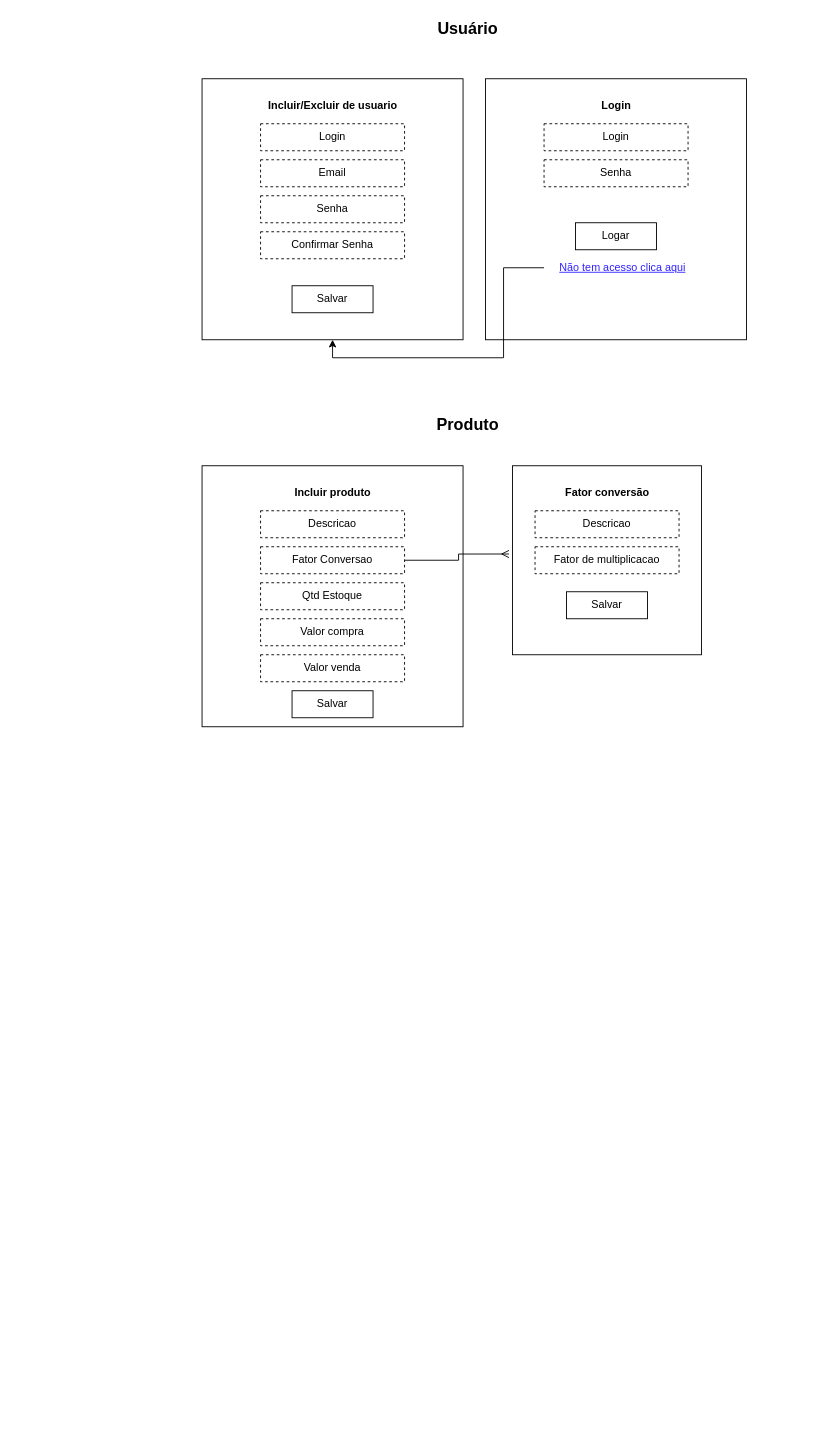
Earlier version of the draw.io diagram Untitled Diagram.drawio (lucasborinato/nodejs). Source tidied: cells renumbered, new cells numbered last; positions are measured from the earlier drawing's top-left corner, leaving out a move shared by most shapes. Both pictures are drawn from the tidied source at 90%, with x=0, y=0 at pixel (202, 15).
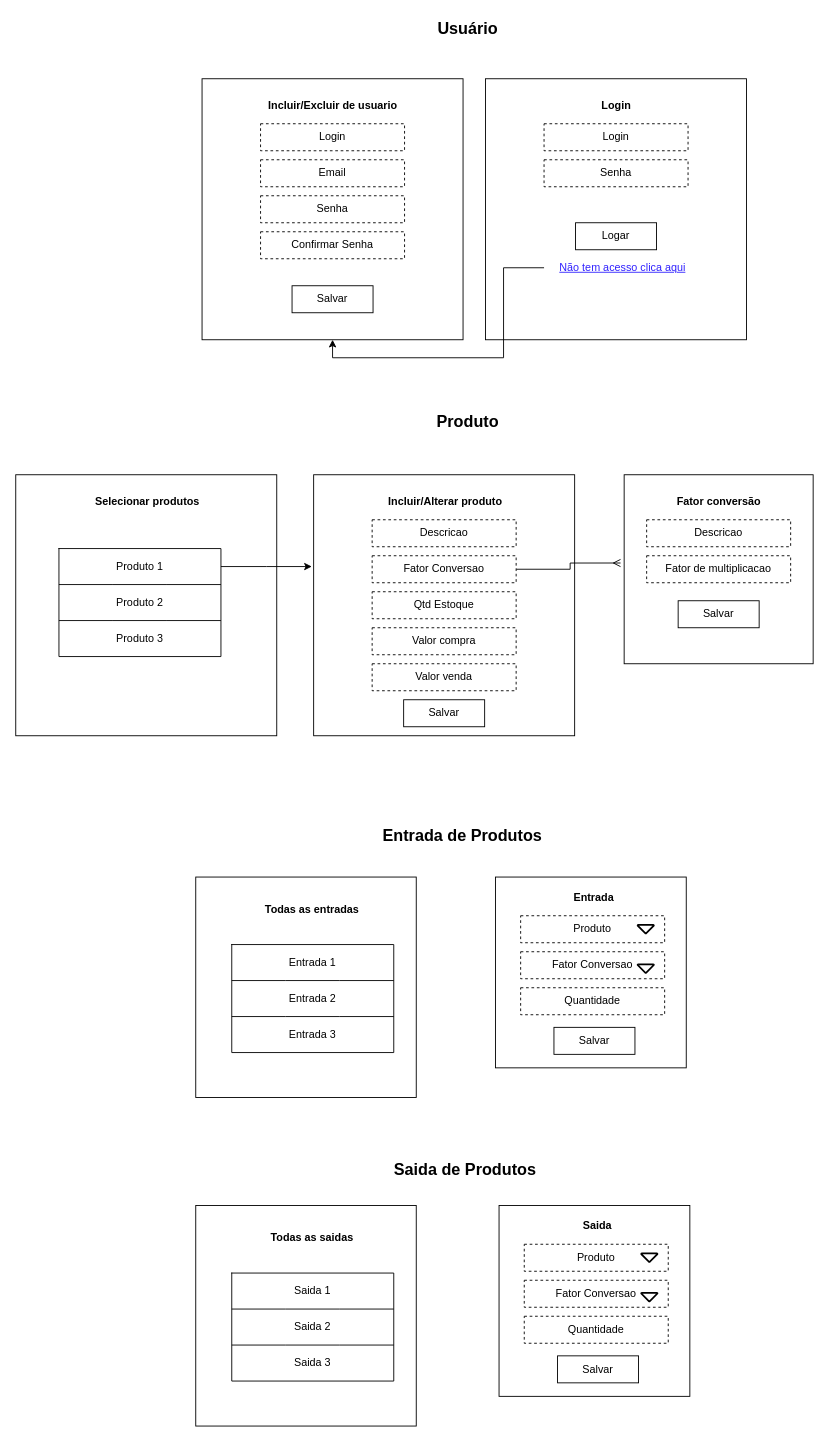
The same diagram, later.

What changed in the source:
```diff
@@
     <mxCell id="17" style="whiteSpace=wrap;html=1;" parent="1" vertex="1">
-      <mxGeometry y="500" width="290" height="290" as="geometry" />
+      <mxGeometry x="124" y="510" width="290" height="290" as="geometry" />
     </mxCell>
     <mxCell id="18" value="Descricao" style="rounded=0;whiteSpace=wrap;html=1;dashed=1;" parent="1" vertex="1">
-      <mxGeometry x="65" y="550" width="160" height="30" as="geometry" />
+      <mxGeometry x="189" y="560" width="160" height="30" as="geometry" />
     </mxCell>
@@
     <mxCell id="20" value="Fator Conversao" style="rounded=0;whiteSpace=wrap;html=1;dashed=1;" parent="1" vertex="1">
-      <mxGeometry x="65" y="590" width="160" height="30" as="geometry" />
+      <mxGeometry x="189" y="600" width="160" height="30" as="geometry" />
     </mxCell>
     <mxCell id="21" value="Qtd Estoque" style="rounded=0;whiteSpace=wrap;html=1;dashed=1;" parent="1" vertex="1">
-      <mxGeometry x="65" y="630" width="160" height="30" as="geometry" />
+      <mxGeometry x="189" y="640" width="160" height="30" as="geometry" />
     </mxCell>
     <mxCell id="22" value="Valor compra" style="rounded=0;whiteSpace=wrap;html=1;dashed=1;" parent="1" vertex="1">
-      <mxGeometry x="65" y="670" width="160" height="30" as="geometry" />
+      <mxGeometry x="189" y="680" width="160" height="30" as="geometry" />
     </mxCell>
     <mxCell id="23" value="Salvar" style="rounded=0;whiteSpace=wrap;html=1;" parent="1" vertex="1">
-      <mxGeometry x="100" y="750" width="90" height="30" as="geometry" />
+      <mxGeometry x="224" y="760" width="90" height="30" as="geometry" />
     </mxCell>
-    <mxCell id="24" value="Incluir produto" style="text;html=1;align=center;verticalAlign=middle;strokeColor=none;fontStyle=1;" parent="1" vertex="1">
-      <mxGeometry x="95" y="520" width="100" height="20" as="geometry" />
+    <mxCell id="24" value="Incluir/Alterar produto" style="text;html=1;align=center;verticalAlign=middle;strokeColor=none;fontStyle=1;" parent="1" vertex="1">
+      <mxGeometry x="201" y="531" width="137" height="18" as="geometry" />
     </mxCell>
     <mxCell id="25" value="Produto" style="text;html=1;align=center;verticalAlign=middle;strokeColor=none;fontStyle=1;fontSize=18;" parent="1" vertex="1">
-      <mxGeometry x="255" y="440" width="80" height="30" as="geometry" />
+      <mxGeometry x="255" y="437" width="80" height="30" as="geometry" />
     </mxCell>
     <mxCell id="26" value="Valor venda" style="rounded=0;whiteSpace=wrap;html=1;dashed=1;" parent="1" vertex="1">
-      <mxGeometry x="65" y="710" width="160" height="30" as="geometry" />
+      <mxGeometry x="189" y="720" width="160" height="30" as="geometry" />
     </mxCell>
     <mxCell id="27" style="whiteSpace=wrap;html=1;" parent="1" vertex="1">
-      <mxGeometry x="345" y="500" width="210" height="210" as="geometry" />
+      <mxGeometry x="469" y="510" width="210" height="210" as="geometry" />
     </mxCell>
     <mxCell id="28" value="Descricao" style="rounded=0;whiteSpace=wrap;html=1;dashed=1;" parent="1" vertex="1">
-      <mxGeometry x="370" y="550" width="160" height="30" as="geometry" />
+      <mxGeometry x="494" y="560" width="160" height="30" as="geometry" />
     </mxCell>
     <mxCell id="29" value="Fator de multiplicacao" style="rounded=0;whiteSpace=wrap;html=1;dashed=1;" parent="1" vertex="1">
-      <mxGeometry x="370" y="590" width="160" height="30" as="geometry" />
+      <mxGeometry x="494" y="600" width="160" height="30" as="geometry" />
     </mxCell>
     <mxCell id="30" value="Salvar" style="rounded=0;whiteSpace=wrap;html=1;" parent="1" vertex="1">
-      <mxGeometry x="405" y="640" width="90" height="30" as="geometry" />
+      <mxGeometry x="529" y="650" width="90" height="30" as="geometry" />
     </mxCell>
     <mxCell id="31" value="Fator conversão" style="text;html=1;align=center;verticalAlign=middle;strokeColor=none;fontStyle=1;" parent="1" vertex="1">
-      <mxGeometry x="395" y="520" width="110" height="20" as="geometry" />
+      <mxGeometry x="519" y="530" width="110" height="20" as="geometry" />
     </mxCell>
+    <mxCell id="32" style="whiteSpace=wrap;html=1;" parent="1" vertex="1">
+      <mxGeometry x="326" y="957" width="212" height="212" as="geometry" />
+    </mxCell>
+    <mxCell id="33" value="Produto" style="rounded=0;whiteSpace=wrap;html=1;dashed=1;" parent="1" vertex="1">
+      <mxGeometry x="354" y="1000" width="160" height="30" as="geometry" />
+    </mxCell>
+    <mxCell id="34" value="Fator Conversao" style="rounded=0;whiteSpace=wrap;html=1;dashed=1;" parent="1" vertex="1">
+      <mxGeometry x="354" y="1040" width="160" height="30" as="geometry" />
+    </mxCell>
+    <mxCell id="35" value="Quantidade" style="rounded=0;whiteSpace=wrap;html=1;dashed=1;" parent="1" vertex="1">
+      <mxGeometry x="354" y="1080" width="160" height="30" as="geometry" />
+    </mxCell>
+    <mxCell id="36" value="Salvar" style="rounded=0;whiteSpace=wrap;html=1;" parent="1" vertex="1">
+      <mxGeometry x="391" y="1124" width="90" height="30" as="geometry" />
+    </mxCell>
+    <mxCell id="37" value="Entrada" style="text;html=1;align=center;verticalAlign=middle;strokeColor=none;fontStyle=1;" parent="1" vertex="1">
+      <mxGeometry x="407" y="971" width="55" height="18" as="geometry" />
+    </mxCell>
+    <mxCell id="38" value="Entrada de Produtos" style="text;html=1;align=center;verticalAlign=middle;strokeColor=none;fontStyle=1;fontSize=18;" parent="1" vertex="1">
+      <mxGeometry x="195" y="898" width="187" height="26" as="geometry" />
+    </mxCell>
+    <mxCell id="39" style="strokeWidth=2;html=1;shape=mxgraph.flowchart.merge_or_storage;whiteSpace=wrap;fontSize=18;fontColor=#3021FF;" parent="1" vertex="1">
+      <mxGeometry x="484" y="1010.2" width="18" height="9.5" as="geometry" />
+    </mxCell>
+    <mxCell id="40" style="strokeWidth=2;html=1;shape=mxgraph.flowchart.merge_or_storage;whiteSpace=wrap;fontSize=18;fontColor=#3021FF;" parent="1" vertex="1">
+      <mxGeometry x="484" y="1054" width="18" height="9.5" as="geometry" />
+    </mxCell>
+    <mxCell id="41" style="whiteSpace=wrap;html=1;" parent="1" vertex="1">
+      <mxGeometry x="330" y="1322" width="212" height="212" as="geometry" />
+    </mxCell>
+    <mxCell id="42" value="Produto" style="rounded=0;whiteSpace=wrap;html=1;dashed=1;" parent="1" vertex="1">
+      <mxGeometry x="358" y="1365" width="160" height="30" as="geometry" />
+    </mxCell>
+    <mxCell id="43" value="Fator Conversao" style="rounded=0;whiteSpace=wrap;html=1;dashed=1;" parent="1" vertex="1">
+      <mxGeometry x="358" y="1405" width="160" height="30" as="geometry" />
+    </mxCell>
+    <mxCell id="44" value="Quantidade" style="rounded=0;whiteSpace=wrap;html=1;dashed=1;" parent="1" vertex="1">
+      <mxGeometry x="358" y="1445" width="160" height="30" as="geometry" />
+    </mxCell>
+    <mxCell id="45" value="Salvar" style="rounded=0;whiteSpace=wrap;html=1;" parent="1" vertex="1">
+      <mxGeometry x="395" y="1489" width="90" height="30" as="geometry" />
+    </mxCell>
+    <mxCell id="46" value="Saida" style="text;html=1;align=center;verticalAlign=middle;strokeColor=none;fontStyle=1;" parent="1" vertex="1">
+      <mxGeometry x="418" y="1336" width="42" height="18" as="geometry" />
+    </mxCell>
+    <mxCell id="47" value="Saida de Produtos" style="text;html=1;align=center;verticalAlign=middle;strokeColor=none;fontStyle=1;fontSize=18;" parent="1" vertex="1">
+      <mxGeometry x="208" y="1269" width="168" height="26" as="geometry" />
+    </mxCell>
+    <mxCell id="48" style="strokeWidth=2;html=1;shape=mxgraph.flowchart.merge_or_storage;whiteSpace=wrap;fontSize=18;fontColor=#3021FF;" parent="1" vertex="1">
+      <mxGeometry x="488" y="1375.2" width="18" height="9.5" as="geometry" />
+    </mxCell>
+    <mxCell id="49" style="strokeWidth=2;html=1;shape=mxgraph.flowchart.merge_or_storage;whiteSpace=wrap;fontSize=18;fontColor=#3021FF;" parent="1" vertex="1">
+      <mxGeometry x="488" y="1419" width="18" height="9.5" as="geometry" />
+    </mxCell>
+    <mxCell id="50" style="whiteSpace=wrap;html=1;" parent="1" vertex="1">
+      <mxGeometry x="-207" y="510" width="290" height="290" as="geometry" />
+    </mxCell>
+    <mxCell id="51" value="Selecionar produtos" style="text;html=1;align=center;verticalAlign=middle;strokeColor=none;fontStyle=1;" parent="1" vertex="1">
+      <mxGeometry x="-124" y="531" width="126" height="18" as="geometry" />
+    </mxCell>
+    <mxCell id="52" style="shape=table;html=1;whiteSpace=wrap;startSize=0;childLayout=tableLayout;fontSize=18;fontColor=#3021FF;columnLines=0;" parent="1" vertex="1">
+      <mxGeometry x="-159" y="592" width="180" height="120" as="geometry" />
+    </mxCell>
+    <mxCell id="53" style="shape=partialRectangle;html=1;whiteSpace=wrap;fillColor=none;top=0;left=0;bottom=0;right=0;points=[[0,0.5],[1,0.5]];portConstraint=eastwest;" parent="52" vertex="1">
+      <mxGeometry width="180" height="40" as="geometry" />
+    </mxCell>
+    <mxCell id="54" style="shape=partialRectangle;html=1;whiteSpace=wrap;fillColor=none;top=0;left=0;bottom=0;right=0;overflow=hidden;" parent="53" vertex="1">
+      <mxGeometry width="60" height="40" as="geometry" />
+    </mxCell>
+    <mxCell id="55" value="Produto 1" style="shape=partialRectangle;html=1;whiteSpace=wrap;fillColor=none;top=0;left=0;bottom=0;right=0;overflow=hidden;" parent="53" vertex="1">
+      <mxGeometry x="60" width="60" height="40" as="geometry" />
+    </mxCell>
+    <mxCell id="56" style="shape=partialRectangle;html=1;whiteSpace=wrap;fillColor=none;top=0;left=0;bottom=0;right=0;overflow=hidden;" parent="53" vertex="1">
+      <mxGeometry x="120" width="60" height="40" as="geometry" />
+    </mxCell>
+    <mxCell id="57" style="shape=partialRectangle;html=1;whiteSpace=wrap;fillColor=none;top=0;left=0;bottom=0;right=0;" parent="52" vertex="1">
+      <mxGeometry y="40" width="180" height="40" as="geometry" />
+    </mxCell>
+    <mxCell id="58" style="shape=partialRectangle;html=1;whiteSpace=wrap;fillColor=none;top=0;left=0;bottom=0;right=0;overflow=hidden;" parent="57" vertex="1">
+      <mxGeometry width="60" height="40" as="geometry" />
+    </mxCell>
+    <mxCell id="59" value="Produto 2" style="shape=partialRectangle;html=1;whiteSpace=wrap;fillColor=none;top=0;left=0;bottom=0;right=0;overflow=hidden;" parent="57" vertex="1">
+      <mxGeometry x="60" width="60" height="40" as="geometry" />
+    </mxCell>
+    <mxCell id="60" style="shape=partialRectangle;html=1;whiteSpace=wrap;fillColor=none;top=0;left=0;bottom=0;right=0;overflow=hidden;" parent="57" vertex="1">
+      <mxGeometry x="120" width="60" height="40" as="geometry" />
+    </mxCell>
+    <mxCell id="61" style="shape=partialRectangle;html=1;whiteSpace=wrap;fillColor=none;top=0;left=0;bottom=0;right=0;" parent="52" vertex="1">
+      <mxGeometry y="80" width="180" height="40" as="geometry" />
+    </mxCell>
+    <mxCell id="62" style="shape=partialRectangle;html=1;whiteSpace=wrap;fillColor=none;top=0;left=0;bottom=0;right=0;overflow=hidden;" parent="61" vertex="1">
+      <mxGeometry width="60" height="40" as="geometry" />
+    </mxCell>
+    <mxCell id="63" value="Produto 3" style="shape=partialRectangle;html=1;whiteSpace=wrap;fillColor=none;top=0;left=0;bottom=0;right=0;overflow=hidden;" parent="61" vertex="1">
+      <mxGeometry x="60" width="60" height="40" as="geometry" />
+    </mxCell>
+    <mxCell id="64" style="shape=partialRectangle;html=1;whiteSpace=wrap;fillColor=none;top=0;left=0;bottom=0;right=0;overflow=hidden;" parent="61" vertex="1">
+      <mxGeometry x="120" width="60" height="40" as="geometry" />
+    </mxCell>
+    <mxCell id="65" style="edgeStyle=orthogonalEdgeStyle;rounded=0;jettySize=auto;html=1;fontSize=18;fontColor=#3021FF;startArrow=none;startFill=0;endArrow=classic;endFill=1;" parent="1" edge="1" source="53">
+      <mxGeometry relative="1" as="geometry">
+        <mxPoint x="122" y="612" as="targetPoint" />
+      </mxGeometry>
+    </mxCell>
+    <mxCell id="66" style="whiteSpace=wrap;html=1;" parent="1" vertex="1">
+      <mxGeometry x="-7" y="957" width="245" height="245" as="geometry" />
+    </mxCell>
+    <mxCell id="67" value="Todas as entradas" style="text;html=1;align=center;verticalAlign=middle;strokeColor=none;fontStyle=1;" parent="1" vertex="1">
+      <mxGeometry x="64" y="984" width="115" height="18" as="geometry" />
+    </mxCell>
+    <mxCell id="68" style="shape=table;html=1;whiteSpace=wrap;startSize=0;childLayout=tableLayout;fontSize=18;fontColor=#3021FF;columnLines=0;" parent="1" vertex="1">
+      <mxGeometry x="33" y="1032" width="180" height="120" as="geometry" />
+    </mxCell>
+    <mxCell id="69" style="shape=partialRectangle;html=1;whiteSpace=wrap;fillColor=none;top=0;left=0;bottom=0;right=0;" parent="68" vertex="1">
+      <mxGeometry width="180" height="40" as="geometry" />
+    </mxCell>
+    <mxCell id="70" style="shape=partialRectangle;html=1;whiteSpace=wrap;fillColor=none;top=0;left=0;bottom=0;right=0;overflow=hidden;" parent="69" vertex="1">
+      <mxGeometry width="60" height="40" as="geometry" />
+    </mxCell>
+    <mxCell id="71" value="Entrada 1" style="shape=partialRectangle;html=1;whiteSpace=wrap;fillColor=none;top=0;left=0;bottom=0;right=0;overflow=hidden;" parent="69" vertex="1">
+      <mxGeometry x="60" width="60" height="40" as="geometry" />
+    </mxCell>
+    <mxCell id="72" style="shape=partialRectangle;html=1;whiteSpace=wrap;fillColor=none;top=0;left=0;bottom=0;right=0;overflow=hidden;" parent="69" vertex="1">
+      <mxGeometry x="120" width="60" height="40" as="geometry" />
+    </mxCell>
+    <mxCell id="73" style="shape=partialRectangle;html=1;whiteSpace=wrap;fillColor=none;top=0;left=0;bottom=0;right=0;" parent="68" vertex="1">
+      <mxGeometry y="40" width="180" height="40" as="geometry" />
+    </mxCell>
+    <mxCell id="74" style="shape=partialRectangle;html=1;whiteSpace=wrap;fillColor=none;top=0;left=0;bottom=0;right=0;overflow=hidden;" parent="73" vertex="1">
+      <mxGeometry width="60" height="40" as="geometry" />
+    </mxCell>
+    <mxCell id="75" value="Entrada 2" style="shape=partialRectangle;html=1;whiteSpace=wrap;fillColor=none;top=0;left=0;bottom=0;right=0;overflow=hidden;" parent="73" vertex="1">
+      <mxGeometry x="60" width="60" height="40" as="geometry" />
+    </mxCell>
+    <mxCell id="76" style="shape=partialRectangle;html=1;whiteSpace=wrap;fillColor=none;top=0;left=0;bottom=0;right=0;overflow=hidden;" parent="73" vertex="1">
+      <mxGeometry x="120" width="60" height="40" as="geometry" />
+    </mxCell>
+    <mxCell id="77" style="shape=partialRectangle;html=1;whiteSpace=wrap;fillColor=none;top=0;left=0;bottom=0;right=0;" parent="68" vertex="1">
+      <mxGeometry y="80" width="180" height="40" as="geometry" />
+    </mxCell>
+    <mxCell id="78" style="shape=partialRectangle;html=1;whiteSpace=wrap;fillColor=none;top=0;left=0;bottom=0;right=0;overflow=hidden;" parent="77" vertex="1">
+      <mxGeometry width="60" height="40" as="geometry" />
+    </mxCell>
+    <mxCell id="79" value="Entrada 3" style="shape=partialRectangle;html=1;whiteSpace=wrap;fillColor=none;top=0;left=0;bottom=0;right=0;overflow=hidden;" parent="77" vertex="1">
+      <mxGeometry x="60" width="60" height="40" as="geometry" />
+    </mxCell>
+    <mxCell id="80" style="shape=partialRectangle;html=1;whiteSpace=wrap;fillColor=none;top=0;left=0;bottom=0;right=0;overflow=hidden;" parent="77" vertex="1">
+      <mxGeometry x="120" width="60" height="40" as="geometry" />
+    </mxCell>
+    <mxCell id="81" style="whiteSpace=wrap;html=1;" parent="1" vertex="1">
+      <mxGeometry x="-7" y="1322" width="245" height="245" as="geometry" />
+    </mxCell>
+    <mxCell id="82" value="Todas as saidas" style="text;html=1;align=center;verticalAlign=middle;strokeColor=none;fontStyle=1;" parent="1" vertex="1">
+      <mxGeometry x="71" y="1349" width="102" height="18" as="geometry" />
+    </mxCell>
+    <mxCell id="83" style="shape=table;html=1;whiteSpace=wrap;startSize=0;childLayout=tableLayout;fontSize=18;fontColor=#3021FF;columnLines=0;" parent="1" vertex="1">
+      <mxGeometry x="33" y="1397" width="180" height="120" as="geometry" />
+    </mxCell>
+    <mxCell id="84" style="shape=partialRectangle;html=1;whiteSpace=wrap;fillColor=none;top=0;left=0;bottom=0;right=0;" parent="83" vertex="1">
+      <mxGeometry width="180" height="40" as="geometry" />
+    </mxCell>
+    <mxCell id="85" style="shape=partialRectangle;html=1;whiteSpace=wrap;fillColor=none;top=0;left=0;bottom=0;right=0;overflow=hidden;" parent="84" vertex="1">
+      <mxGeometry width="60" height="40" as="geometry" />
+    </mxCell>
+    <mxCell id="86" value="Saida 1" style="shape=partialRectangle;html=1;whiteSpace=wrap;fillColor=none;top=0;left=0;bottom=0;right=0;overflow=hidden;" parent="84" vertex="1">
+      <mxGeometry x="60" width="60" height="40" as="geometry" />
+    </mxCell>
+    <mxCell id="87" style="shape=partialRectangle;html=1;whiteSpace=wrap;fillColor=none;top=0;left=0;bottom=0;right=0;overflow=hidden;" parent="84" vertex="1">
+      <mxGeometry x="120" width="60" height="40" as="geometry" />
+    </mxCell>
+    <mxCell id="88" style="shape=partialRectangle;html=1;whiteSpace=wrap;fillColor=none;top=0;left=0;bottom=0;right=0;" parent="83" vertex="1">
+      <mxGeometry y="40" width="180" height="40" as="geometry" />
+    </mxCell>
+    <mxCell id="89" style="shape=partialRectangle;html=1;whiteSpace=wrap;fillColor=none;top=0;left=0;bottom=0;right=0;overflow=hidden;" parent="88" vertex="1">
+      <mxGeometry width="60" height="40" as="geometry" />
+    </mxCell>
+    <mxCell id="90" value="Saida 2" style="shape=partialRectangle;html=1;whiteSpace=wrap;fillColor=none;top=0;left=0;bottom=0;right=0;overflow=hidden;" parent="88" vertex="1">
+      <mxGeometry x="60" width="60" height="40" as="geometry" />
+    </mxCell>
+    <mxCell id="91" style="shape=partialRectangle;html=1;whiteSpace=wrap;fillColor=none;top=0;left=0;bottom=0;right=0;overflow=hidden;" parent="88" vertex="1">
+      <mxGeometry x="120" width="60" height="40" as="geometry" />
+    </mxCell>
+    <mxCell id="92" style="shape=partialRectangle;html=1;whiteSpace=wrap;fillColor=none;top=0;left=0;bottom=0;right=0;" parent="83" vertex="1">
+      <mxGeometry y="80" width="180" height="40" as="geometry" />
+    </mxCell>
+    <mxCell id="93" style="shape=partialRectangle;html=1;whiteSpace=wrap;fillColor=none;top=0;left=0;bottom=0;right=0;overflow=hidden;" parent="92" vertex="1">
+      <mxGeometry width="60" height="40" as="geometry" />
+    </mxCell>
+    <mxCell id="94" value="Saida 3" style="shape=partialRectangle;html=1;whiteSpace=wrap;fillColor=none;top=0;left=0;bottom=0;right=0;overflow=hidden;" parent="92" vertex="1">
+      <mxGeometry x="60" width="60" height="40" as="geometry" />
+    </mxCell>
+    <mxCell id="95" style="shape=partialRectangle;html=1;whiteSpace=wrap;fillColor=none;top=0;left=0;bottom=0;right=0;overflow=hidden;" parent="92" vertex="1">
+      <mxGeometry x="120" width="60" height="40" as="geometry" />
+    </mxCell>
```
